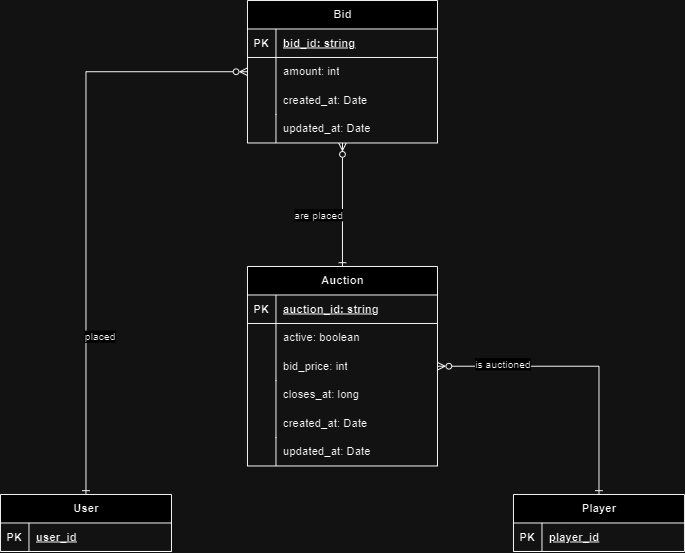
This is docs/database scheme.png from MJovanovic40/jobfair23-backend-challenge, a draw.io export, as it was before one commit. Source tidied: cells renumbered, new cells last; positions are measured from the earlier drawing's top-left corner, leaving out a move shared by most shapes.
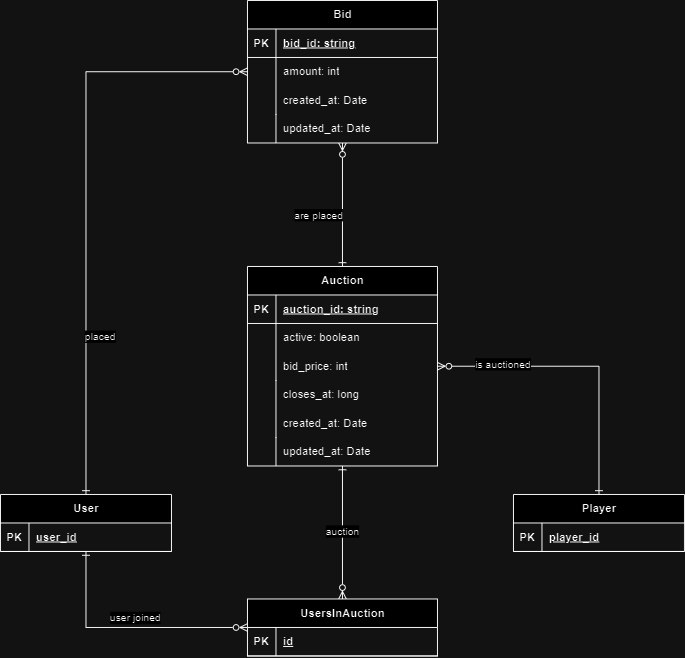
Above is the later version.

Commit message:
Update database scheme and Auction model

Diff of the diagram source:
```diff
@@ -79,6 +79,18 @@
         <mxPoint x="19" y="8" as="offset" />
       </mxGeometry>
     </mxCell>
+    <mxCell id="48" style="edgeStyle=orthogonalEdgeStyle;rounded=0;jettySize=auto;html=1;startArrow=ERone;startFill=0;endArrow=ERzeroToMany;endFill=0;" parent="1" edge="1" source="25" target="52">
+      <mxGeometry relative="1" as="geometry">
+        <Array as="points">
+          <mxPoint x="90" y="660" />
+        </Array>
+      </mxGeometry>
+    </mxCell>
+    <mxCell id="49" value="user joined" style="edgeLabel;html=1;align=center;verticalAlign=middle;" parent="48" vertex="1">
+      <mxGeometry x="0.06" y="3" relative="1" as="geometry">
+        <mxPoint y="-7" as="offset" />
+      </mxGeometry>
+    </mxCell>
     <mxCell id="25" value="User" style="shape=table;startSize=30;rowLines=0;fontStyle=1;align=center;html=1;" parent="1" vertex="1">
       <mxGeometry y="520" width="180" height="60" as="geometry" />
     </mxCell>
@@ -91,6 +103,12 @@
     <mxCell id="28" value="user_id" style="shape=partialRectangle;fillColor=none;top=0;left=0;bottom=0;right=0;align=left;spacingLeft=6;fontStyle=5;overflow=hidden;whiteSpace=wrap;html=1;" parent="26" vertex="1">
       <mxGeometry x="30" width="150" height="30" as="geometry" />
     </mxCell>
+    <mxCell id="50" style="edgeStyle=orthogonalEdgeStyle;rounded=0;jettySize=auto;html=1;entryX=0.5;entryY=0;entryDx=0;entryDy=0;endArrow=ERzeroToMany;endFill=0;startArrow=ERone;startFill=0;" parent="1" edge="1" source="29" target="52">
+      <mxGeometry relative="1" as="geometry" />
+    </mxCell>
+    <mxCell id="51" value="auction" style="edgeLabel;html=1;align=center;verticalAlign=middle;" parent="50" vertex="1">
+      <mxGeometry x="-0.03" relative="1" as="geometry" />
+    </mxCell>
     <mxCell id="29" value="Auction" style="shape=table;startSize=30;rowLines=0;fontStyle=1;align=center;html=1;" parent="1" vertex="1">
       <mxGeometry x="260" y="280" width="200" height="210" as="geometry" />
     </mxCell>
@@ -148,5 +166,17 @@
     <mxCell id="47" value="updated_at: Date" style="shape=partialRectangle;fillColor=none;top=0;left=0;bottom=0;right=0;align=left;spacingLeft=6;overflow=hidden;whiteSpace=wrap;html=1;" parent="45" vertex="1">
       <mxGeometry x="30" width="170" height="30" as="geometry" />
     </mxCell>
+    <mxCell id="52" value="UsersInAuction" style="shape=table;startSize=30;rowLines=0;fontStyle=1;align=center;html=1;" parent="1" vertex="1">
+      <mxGeometry x="260" y="630" width="200" height="60" as="geometry" />
+    </mxCell>
+    <mxCell id="53" style="shape=tableRow;horizontal=0;startSize=0;swimlaneHead=0;swimlaneBody=0;fillColor=none;top=0;left=0;right=0;bottom=1;" parent="52" vertex="1">
+      <mxGeometry y="30" width="200" height="30" as="geometry" />
+    </mxCell>
+    <mxCell id="54" value="PK" style="shape=partialRectangle;fillColor=none;top=0;left=0;bottom=0;right=0;fontStyle=1;overflow=hidden;whiteSpace=wrap;html=1;" parent="53" vertex="1">
+      <mxGeometry width="30" height="30" as="geometry" />
+    </mxCell>
+    <mxCell id="55" value="id" style="shape=partialRectangle;fillColor=none;top=0;left=0;bottom=0;right=0;align=left;spacingLeft=6;fontStyle=5;overflow=hidden;whiteSpace=wrap;html=1;" parent="53" vertex="1">
+      <mxGeometry x="30" width="170" height="30" as="geometry" />
+    </mxCell>
   </root>
 </mxGraphModel>
```
